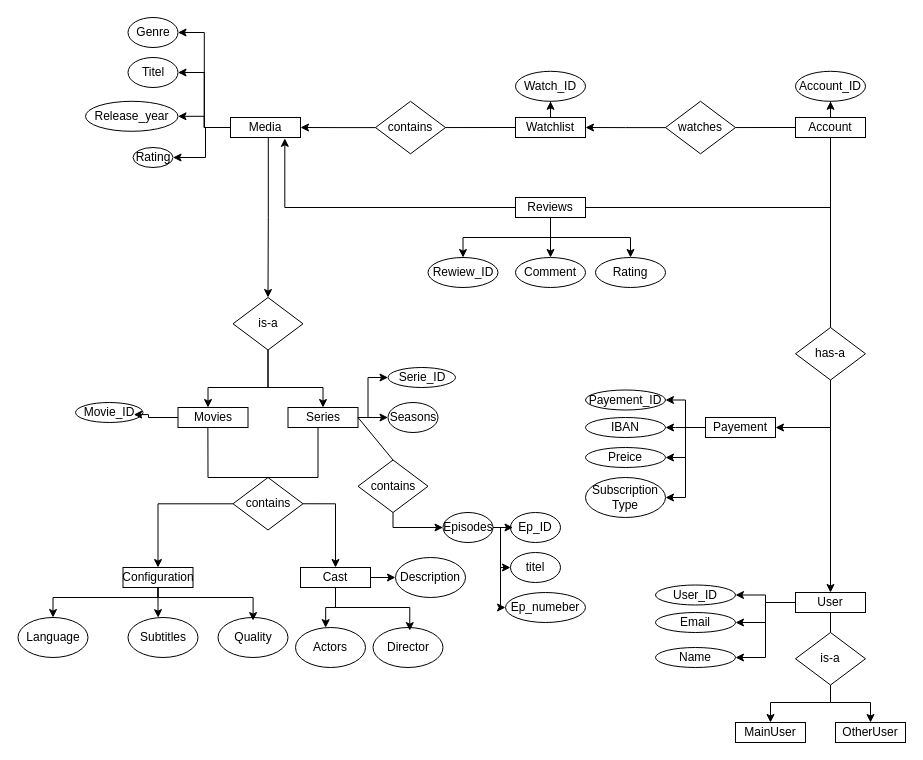
Before: draw_io/ER.drawio in KevinGarrison/DataEngineeringProjects, a draw.io diagram. Source tidied: cells renumbered, new cells numbered last; positions are measured from the earlier drawing's top-left corner, leaving out a move shared by most shapes. Both pictures are drawn from the tidied source at 100%, with x=0, y=0 at pixel (17, 17).
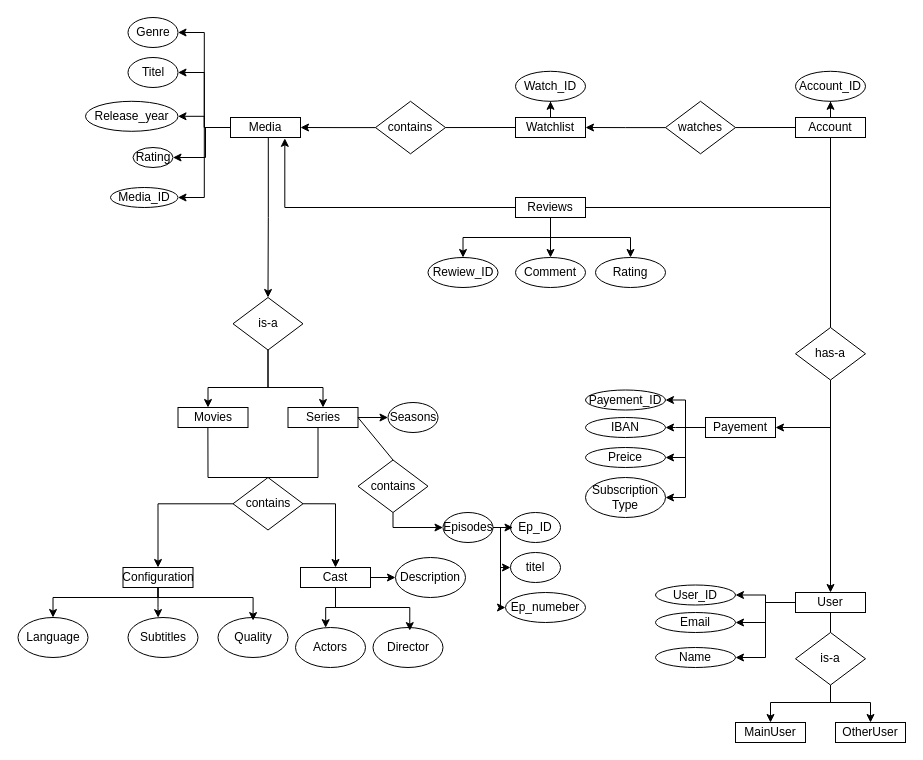
Above is the later version.

The change refers to these unchanged cells:
```xml
<mxCell id="7" value="Media" style="rounded=0;whiteSpace=wrap;html=1;" parent="1" vertex="1">
  <mxGeometry x="213" y="100" width="70" height="20" as="geometry" />
</mxCell>
<mxCell id="8" value="Movies" style="rounded=0;whiteSpace=wrap;html=1;" parent="1" vertex="1">
  <mxGeometry x="160.5" y="390" width="70" height="20" as="geometry" />
</mxCell>
<mxCell id="14" value="Series" style="rounded=0;whiteSpace=wrap;html=1;" parent="1" vertex="1">
  <mxGeometry x="270.5" y="390" width="70" height="20" as="geometry" />
</mxCell>
```

What changed in the source:
```diff
@@
+    <mxCell id="99" style="edgeStyle=orthogonalEdgeStyle;rounded=0;jettySize=auto;html=1;entryX=1;entryY=0.5;entryDx=0;entryDy=0;" parent="1" edge="1" source="7" target="16">
+      <mxGeometry relative="1" as="geometry" />
+    </mxCell>
@@
-    <mxCell id="12" style="edgeStyle=orthogonalEdgeStyle;rounded=0;jettySize=auto;html=1;entryX=0;entryY=0.5;entryDx=0;entryDy=0;" parent="1" edge="1" source="14" target="19">
-      <mxGeometry relative="1" as="geometry">
-        <Array as="points">
-          <mxPoint x="350.5" y="400" />
-          <mxPoint x="350.5" y="360" />
-        </Array>
-      </mxGeometry>
-    </mxCell>
@@
-    <mxCell id="16" value="Movie_ID" style="ellipse;whiteSpace=wrap;html=1;" parent="1" vertex="1">
-      <mxGeometry x="58" y="385" width="67.5" height="20" as="geometry" />
+    <mxCell id="16" value="Media_ID" style="ellipse;whiteSpace=wrap;html=1;" parent="1" vertex="1">
+      <mxGeometry x="93" y="170" width="67.5" height="20" as="geometry" />
     </mxCell>
-    <mxCell id="17" style="edgeStyle=orthogonalEdgeStyle;rounded=0;jettySize=auto;html=1;entryX=0.863;entryY=0.605;entryDx=0;entryDy=0;entryPerimeter=0;" parent="1" edge="1" source="8" target="16">
-      <mxGeometry relative="1" as="geometry">
-        <Array as="points">
-          <mxPoint x="131" y="400" />
-          <mxPoint x="131" y="397" />
-        </Array>
-      </mxGeometry>
-    </mxCell>
@@
-    <mxCell id="19" value="Serie_ID" style="ellipse;whiteSpace=wrap;html=1;" parent="1" vertex="1">
-      <mxGeometry x="370.5" y="350" width="67.5" height="20" as="geometry" />
-    </mxCell>
```
